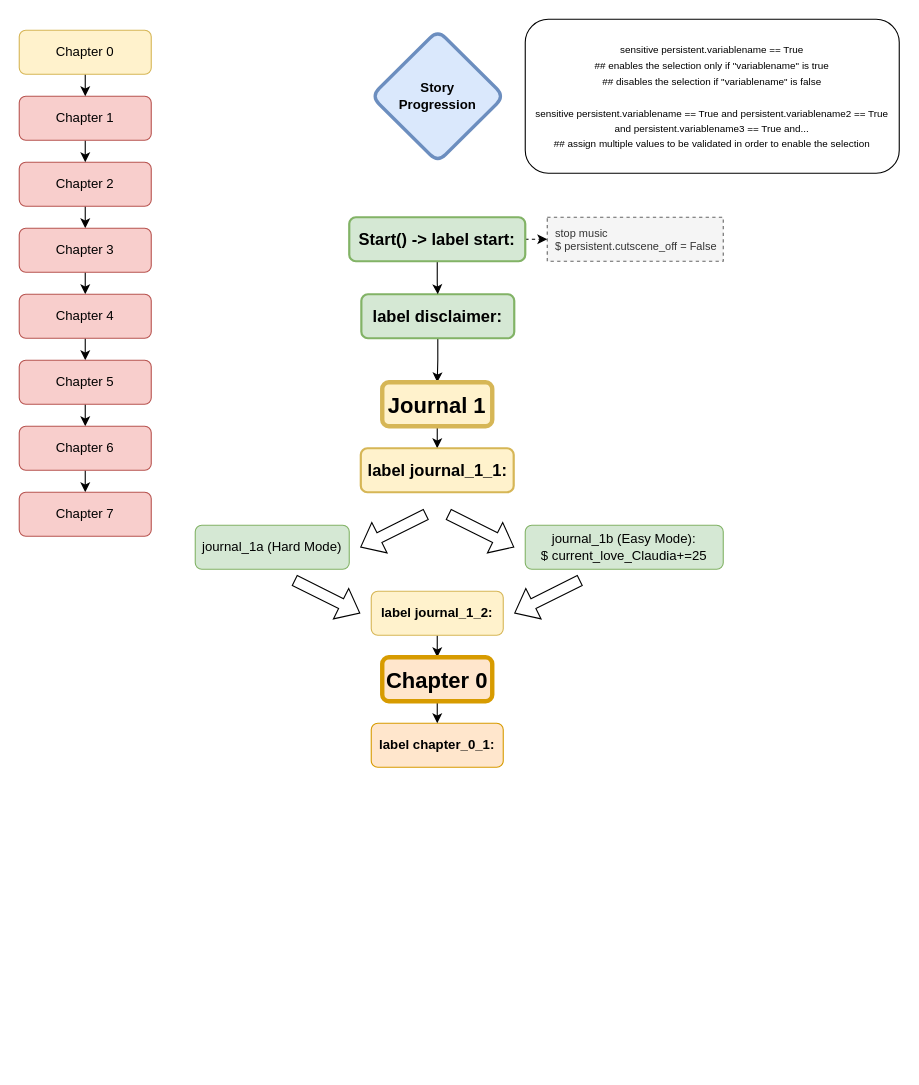
This is page "Story Progression" (1 of 2) of My Love/flowchart_storyline.drawio from L0veRaven/L0veRavenRenPy, a draw.io file, before an edit. Source tidied: cells renumbered, new cells numbered last; positions are measured from the earlier drawing's top-left corner, leaving out a move shared by most shapes. Both pictures are drawn from the tidied source at 110%, with x=0, y=0 at pixel (19, 19).
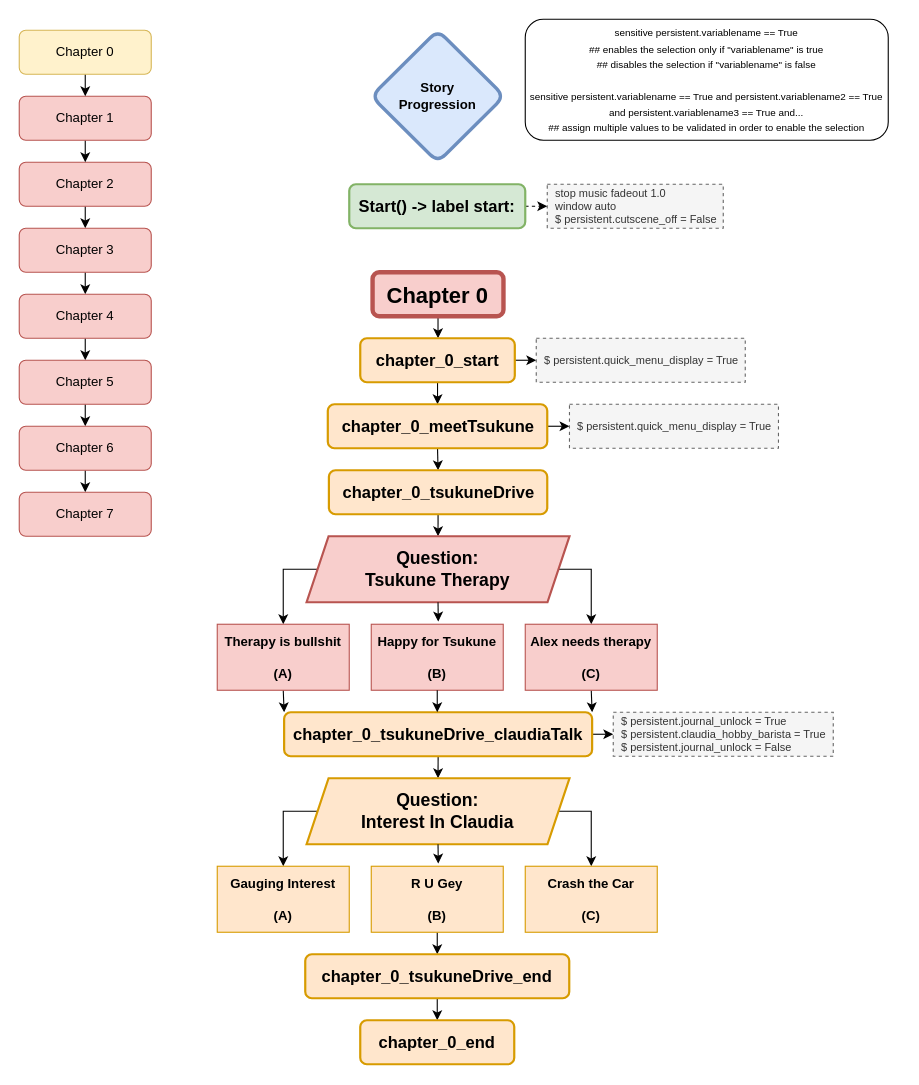
The same page after the edit.

Diff of the diagram source:
```diff
@@
     <mxCell id="2" value="&lt;div&gt;&lt;span style=&quot;font-size: 9px; background-color: transparent; color: light-dark(rgb(0, 0, 0), rgb(255, 255, 255));&quot;&gt;sensitive persistent.variablename == True&lt;/span&gt;&lt;/div&gt;&lt;div&gt;&lt;font style=&quot;font-size: 9px;&quot;&gt;## enables the selection only if &quot;variablename&quot; is true&lt;br&gt;## disables the selection if &quot;variablename&quot; is false&lt;br&gt;&lt;br&gt;sensitive persistent.variablename == True and persistent.variablename2 == True and persistent.variablename3 == True and...&lt;br&gt;## assign multiple values to be validated in order to enable the selection&lt;/font&gt;&lt;/div&gt;" style="rounded=1;whiteSpace=wrap;html=1;" parent="1" vertex="1">
-      <mxGeometry x="460" width="340" height="140" as="geometry" />
+      <mxGeometry x="460" width="330" height="110" as="geometry" />
     </mxCell>
@@
-    <mxCell id="19" style="edgeStyle=orthogonalEdgeStyle;rounded=0;jettySize=auto;html=1;" parent="1" edge="1" source="20" target="33">
-      <mxGeometry relative="1" as="geometry" />
-    </mxCell>
-    <mxCell id="20" value="label disclaimer:" style="rounded=1;whiteSpace=wrap;html=1;fontSize=15;glass=0;strokeWidth=2;shadow=0;fillColor=#d5e8d4;strokeColor=#82b366;fontStyle=1;" parent="1" vertex="1">
-      <mxGeometry x="311" y="250" width="139" height="40" as="geometry" />
-    </mxCell>
-    <mxCell id="21" value="journal_1a (Hard Mode)" style="rounded=1;whiteSpace=wrap;html=1;fontSize=12;glass=0;strokeWidth=1;shadow=0;fillColor=#d5e8d4;strokeColor=#82b366;" parent="1" vertex="1">
-      <mxGeometry x="160" y="460" width="140" height="40" as="geometry" />
-    </mxCell>
-    <mxCell id="22" value="journal_1b (Easy Mode):&lt;div&gt;$ current_love_Claudia+=25&lt;/div&gt;" style="rounded=1;whiteSpace=wrap;html=1;fontSize=12;glass=0;strokeWidth=1;shadow=0;fillColor=#d5e8d4;strokeColor=#82b366;" parent="1" vertex="1">
-      <mxGeometry x="460" y="460" width="180" height="40" as="geometry" />
-    </mxCell>
-    <mxCell id="23" style="edgeStyle=orthogonalEdgeStyle;rounded=0;jettySize=auto;html=1;exitX=0.5;exitY=1;exitDx=0;exitDy=0;entryX=0.5;entryY=0;entryDx=0;entryDy=0;" parent="1" edge="1" source="24" target="38">
-      <mxGeometry relative="1" as="geometry" />
-    </mxCell>
-    <mxCell id="24" value="label journal_1_2:" style="rounded=1;whiteSpace=wrap;html=1;fontSize=12;glass=0;strokeWidth=1;shadow=0;fillColor=#fff2cc;strokeColor=#d6b656;fontStyle=1;" parent="1" vertex="1">
-      <mxGeometry x="320" y="520" width="120" height="40" as="geometry" />
-    </mxCell>
-    <mxCell id="25" value="label chapter_0_1:" style="rounded=1;whiteSpace=wrap;html=1;fontSize=12;glass=0;strokeWidth=1;shadow=0;fillColor=#ffe6cc;strokeColor=#d79b00;fontStyle=1;" parent="1" vertex="1">
-      <mxGeometry x="320" y="640" width="120" height="40" as="geometry" />
-    </mxCell>
-    <mxCell id="26" style="shape=flexArrow;endArrow=classic;html=1;rounded=0;" parent="1" edge="1">
-      <mxGeometry relative="1" as="geometry">
-        <mxPoint x="370" y="450" as="sourcePoint" />
-        <mxPoint x="310" y="480" as="targetPoint" />
-      </mxGeometry>
-    </mxCell>
-    <mxCell id="27" style="shape=flexArrow;endArrow=classic;html=1;rounded=0;" parent="1" edge="1">
-      <mxGeometry relative="1" as="geometry">
-        <mxPoint x="390" y="450" as="sourcePoint" />
-        <mxPoint x="450" y="480" as="targetPoint" />
-      </mxGeometry>
-    </mxCell>
-    <mxCell id="28" style="shape=flexArrow;endArrow=classic;html=1;rounded=0;" parent="1" edge="1">
-      <mxGeometry relative="1" as="geometry">
-        <mxPoint x="510" y="510" as="sourcePoint" />
-        <mxPoint x="450" y="540" as="targetPoint" />
-      </mxGeometry>
-    </mxCell>
-    <mxCell id="29" style="shape=flexArrow;endArrow=classic;html=1;rounded=0;" parent="1" edge="1">
-      <mxGeometry relative="1" as="geometry">
-        <mxPoint x="250" y="510" as="sourcePoint" />
-        <mxPoint x="310" y="540" as="targetPoint" />
-      </mxGeometry>
-    </mxCell>
-    <mxCell id="30" value="&amp;nbsp; stop music&lt;br&gt;&amp;nbsp; $ persistent.cutscene_off = False" style="rounded=0;whiteSpace=wrap;html=1;dashed=1;fillColor=#f5f5f5;strokeColor=#666666;fontColor=#333333;align=left;fontSize=10;" parent="1" vertex="1">
-      <mxGeometry x="480" y="180" width="160" height="40" as="geometry" />
+    <mxCell id="30" value="&amp;nbsp; stop music fadeout 1.0&lt;br&gt;&amp;nbsp; window auto&lt;br&gt;&amp;nbsp; $ persistent.cutscene_off = False" style="rounded=0;whiteSpace=wrap;html=1;dashed=1;fillColor=#f5f5f5;strokeColor=#666666;fontColor=#333333;align=left;fontSize=10;" parent="1" vertex="1">
+      <mxGeometry x="480" y="150" width="160" height="40" as="geometry" />
     </mxCell>
@@
-    <mxCell id="33" value="&lt;font style=&quot;font-size: 20px;&quot;&gt;Journal 1&lt;/font&gt;" style="rounded=1;whiteSpace=wrap;html=1;fontSize=15;glass=0;strokeWidth=4;shadow=0;fillColor=#fff2cc;strokeColor=#d6b656;fontStyle=1;" parent="1" vertex="1">
-      <mxGeometry x="330" y="330" width="100" height="40" as="geometry" />
+    <mxCell id="33" value="&lt;font style=&quot;font-size: 20px;&quot;&gt;Chapter 0&lt;/font&gt;" style="rounded=1;whiteSpace=wrap;html=1;fontSize=15;glass=0;strokeWidth=4;shadow=0;fillColor=#f8cecc;strokeColor=#b85450;fontStyle=1;" parent="1" vertex="1">
+      <mxGeometry x="321.2" y="230" width="119" height="40" as="geometry" />
     </mxCell>
+    <mxCell id="39" style="edgeStyle=orthogonalEdgeStyle;rounded=0;jettySize=auto;html=1;exitX=0.5;exitY=1;exitDx=0;exitDy=0;entryX=0.5;entryY=0;entryDx=0;entryDy=0;fillColor=#ffe6cc;strokeColor=light-dark(#000000, #996500);" parent="1" edge="1" source="34" target="43">
+      <mxGeometry relative="1" as="geometry" />
+    </mxCell>
+    <mxCell id="40" style="edgeStyle=orthogonalEdgeStyle;rounded=0;jettySize=auto;html=1;exitX=1;exitY=0.5;exitDx=0;exitDy=0;entryX=0;entryY=0.5;entryDx=0;entryDy=0;" parent="1" edge="1" source="34" target="49">
+      <mxGeometry relative="1" as="geometry" />
+    </mxCell>
-    <mxCell id="34" value="label journal_1_1:" style="rounded=1;whiteSpace=wrap;html=1;fontSize=15;glass=0;strokeWidth=2;shadow=0;fillColor=#fff2cc;strokeColor=#d6b656;fontStyle=1;" parent="1" vertex="1">
-      <mxGeometry x="310.5" y="390" width="139" height="40" as="geometry" />
+    <mxCell id="34" value="&lt;div&gt;&lt;span style=&quot;background-color: transparent; color: light-dark(rgb(0, 0, 0), rgb(255, 255, 255));&quot;&gt;chapter_0_start&lt;/span&gt;&lt;/div&gt;" style="rounded=1;whiteSpace=wrap;html=1;fontSize=15;glass=0;strokeWidth=2;shadow=0;fillColor=#ffe6cc;strokeColor=#d79b00;fontStyle=1;" parent="1" vertex="1">
+      <mxGeometry x="310" y="290" width="140.5" height="40" as="geometry" />
     </mxCell>
-    <mxCell id="35" style="edgeStyle=orthogonalEdgeStyle;rounded=0;jettySize=auto;html=1;entryX=0.5;entryY=0;entryDx=0;entryDy=0;" parent="1" edge="1" source="36" target="20">
-      <mxGeometry relative="1" as="geometry" />
-    </mxCell>
     <mxCell id="36" value="Start() -&amp;gt; label start:" style="rounded=1;whiteSpace=wrap;html=1;fontSize=15;glass=0;strokeWidth=2;shadow=0;fillColor=#d5e8d4;strokeColor=#82b366;fontStyle=1;" parent="1" vertex="1">
-      <mxGeometry x="300" y="180" width="160" height="40" as="geometry" />
+      <mxGeometry x="300" y="150" width="160" height="40" as="geometry" />
     </mxCell>
-    <mxCell id="37" style="edgeStyle=orthogonalEdgeStyle;rounded=0;jettySize=auto;html=1;exitX=0.5;exitY=1;exitDx=0;exitDy=0;entryX=0.5;entryY=0;entryDx=0;entryDy=0;" parent="1" edge="1" source="38" target="25">
-      <mxGeometry relative="1" as="geometry" />
-    </mxCell>
-    <mxCell id="38" value="&lt;font style=&quot;font-size: 20px;&quot;&gt;Chapter 0&lt;/font&gt;" style="rounded=1;whiteSpace=wrap;html=1;fontSize=15;glass=0;strokeWidth=4;shadow=0;fillColor=#ffe6cc;strokeColor=#d79b00;fontStyle=1;" parent="1" vertex="1">
-      <mxGeometry x="330" y="580" width="100" height="40" as="geometry" />
-    </mxCell>
+    <mxCell id="41" style="edgeStyle=orthogonalEdgeStyle;rounded=0;jettySize=auto;html=1;exitX=0.5;exitY=1;exitDx=0;exitDy=0;entryX=0.5;entryY=0;entryDx=0;entryDy=0;fillColor=#ffe6cc;strokeColor=light-dark(#000000, #996500);" parent="1" edge="1" source="43" target="45">
+      <mxGeometry relative="1" as="geometry" />
+    </mxCell>
+    <mxCell id="42" style="edgeStyle=orthogonalEdgeStyle;rounded=0;jettySize=auto;html=1;exitX=1;exitY=0.5;exitDx=0;exitDy=0;entryX=0;entryY=0.5;entryDx=0;entryDy=0;" parent="1" edge="1" source="43" target="50">
+      <mxGeometry relative="1" as="geometry" />
+    </mxCell>
+    <mxCell id="43" value="chapter_0_meetTsukune" style="rounded=1;whiteSpace=wrap;html=1;fontSize=15;glass=0;strokeWidth=2;shadow=0;fillColor=#ffe6cc;strokeColor=#d79b00;fontStyle=1;" parent="1" vertex="1">
+      <mxGeometry x="280.5" y="350" width="199.5" height="40" as="geometry" />
+    </mxCell>
+    <mxCell id="44" style="edgeStyle=orthogonalEdgeStyle;rounded=0;jettySize=auto;html=1;exitX=0.5;exitY=1;exitDx=0;exitDy=0;entryX=0.5;entryY=0;entryDx=0;entryDy=0;" parent="1" edge="1" source="45" target="48">
+      <mxGeometry relative="1" as="geometry" />
+    </mxCell>
+    <mxCell id="45" value="&lt;div&gt;&lt;span style=&quot;background-color: transparent; color: light-dark(rgb(0, 0, 0), rgb(255, 255, 255));&quot;&gt;chapter_0_tsukuneDrive&lt;/span&gt;&lt;/div&gt;" style="rounded=1;whiteSpace=wrap;html=1;fontSize=15;glass=0;strokeWidth=2;shadow=0;fillColor=#ffe6cc;strokeColor=#d79b00;fontStyle=1;" parent="1" vertex="1">
+      <mxGeometry x="281.5" y="410" width="198.5" height="40" as="geometry" />
+    </mxCell>
+    <mxCell id="46" style="edgeStyle=orthogonalEdgeStyle;rounded=0;jettySize=auto;html=1;exitX=1;exitY=0.5;exitDx=0;exitDy=0;entryX=0.5;entryY=0;entryDx=0;entryDy=0;" parent="1" edge="1" source="48" target="54">
+      <mxGeometry relative="1" as="geometry">
+        <Array as="points">
+          <mxPoint x="520" y="500" />
+        </Array>
+      </mxGeometry>
+    </mxCell>
+    <mxCell id="47" style="edgeStyle=orthogonalEdgeStyle;rounded=0;jettySize=auto;html=1;exitX=0;exitY=0.5;exitDx=0;exitDy=0;entryX=0.5;entryY=0;entryDx=0;entryDy=0;" parent="1" edge="1" source="48" target="52">
+      <mxGeometry relative="1" as="geometry">
+        <Array as="points">
+          <mxPoint x="240" y="500" />
+        </Array>
+      </mxGeometry>
+    </mxCell>
+    <mxCell id="48" value="&lt;b&gt;&lt;font&gt;Question:&lt;br&gt;Tsukune Therapy&lt;/font&gt;&lt;/b&gt;" style="shape=parallelogram;perimeter=parallelogramPerimeter;whiteSpace=wrap;html=1;fixedSize=1;fillColor=#f8cecc;strokeColor=#b85450;strokeWidth=2;fontSize=16;" parent="1" vertex="1">
+      <mxGeometry x="261.2" y="470" width="239" height="60" as="geometry" />
+    </mxCell>
+    <mxCell id="49" value="&amp;nbsp;&amp;nbsp;$ persistent.quick_menu_display = True" style="rounded=0;whiteSpace=wrap;html=1;dashed=1;fillColor=#f5f5f5;strokeColor=#666666;fontColor=#333333;align=left;fontSize=10;" parent="1" vertex="1">
+      <mxGeometry x="470" y="290" width="190" height="40" as="geometry" />
+    </mxCell>
+    <mxCell id="50" value="&amp;nbsp;&amp;nbsp;$ persistent.quick_menu_display = True" style="rounded=0;whiteSpace=wrap;html=1;dashed=1;fillColor=#f5f5f5;strokeColor=#666666;fontColor=#333333;align=left;fontSize=10;" parent="1" vertex="1">
+      <mxGeometry x="500.2" y="350" width="190" height="40" as="geometry" />
+    </mxCell>
+    <mxCell id="51" style="edgeStyle=orthogonalEdgeStyle;rounded=0;jettySize=auto;html=1;exitX=0.5;exitY=1;exitDx=0;exitDy=0;entryX=0;entryY=0;entryDx=0;entryDy=0;" parent="1" edge="1" source="52" target="59">
+      <mxGeometry relative="1" as="geometry" />
+    </mxCell>
+    <mxCell id="52" value="Therapy is bullshit&lt;br&gt;&lt;br&gt;&lt;div&gt;(A)&lt;/div&gt;" style="rounded=0;whiteSpace=wrap;html=1;fillColor=#f8cecc;strokeColor=#b85450;fontStyle=1;" parent="1" vertex="1">
+      <mxGeometry x="180" y="550" width="120" height="60" as="geometry" />
+    </mxCell>
+    <mxCell id="53" style="edgeStyle=orthogonalEdgeStyle;rounded=0;jettySize=auto;html=1;exitX=0.5;exitY=1;exitDx=0;exitDy=0;entryX=1;entryY=0;entryDx=0;entryDy=0;" parent="1" edge="1" source="54" target="59">
+      <mxGeometry relative="1" as="geometry" />
+    </mxCell>
+    <mxCell id="54" value="Alex needs therapy&lt;br&gt;&lt;br&gt;&lt;div&gt;(C)&lt;/div&gt;" style="rounded=0;whiteSpace=wrap;html=1;fillColor=#f8cecc;strokeColor=#b85450;fontStyle=1;" parent="1" vertex="1">
+      <mxGeometry x="460" y="550" width="120" height="60" as="geometry" />
+    </mxCell>
+    <mxCell id="55" value="Happy for Tsukune&lt;br&gt;&lt;br&gt;&lt;div&gt;(B)&lt;/div&gt;" style="rounded=0;whiteSpace=wrap;html=1;fillColor=#f8cecc;strokeColor=#b85450;fontStyle=1;" parent="1" vertex="1">
+      <mxGeometry x="320" y="550" width="120" height="60" as="geometry" />
+    </mxCell>
+    <mxCell id="56" style="edgeStyle=orthogonalEdgeStyle;rounded=0;jettySize=auto;html=1;exitX=0.5;exitY=1;exitDx=0;exitDy=0;entryX=0.508;entryY=-0.04;entryDx=0;entryDy=0;entryPerimeter=0;fontStyle=1;" parent="1" edge="1" source="48" target="55">
+      <mxGeometry relative="1" as="geometry" />
+    </mxCell>
+    <mxCell id="57" style="edgeStyle=orthogonalEdgeStyle;rounded=0;jettySize=auto;html=1;exitX=1;exitY=0.5;exitDx=0;exitDy=0;entryX=0;entryY=0.5;entryDx=0;entryDy=0;" parent="1" edge="1" source="59" target="61">
+      <mxGeometry relative="1" as="geometry" />
+    </mxCell>
+    <mxCell id="58" style="edgeStyle=orthogonalEdgeStyle;rounded=0;jettySize=auto;html=1;exitX=0.5;exitY=1;exitDx=0;exitDy=0;entryX=0.5;entryY=0;entryDx=0;entryDy=0;" parent="1" edge="1" source="59" target="64">
+      <mxGeometry relative="1" as="geometry" />
+    </mxCell>
+    <mxCell id="59" value="chapter_0_tsukuneDrive_claudiaTalk" style="rounded=1;whiteSpace=wrap;html=1;fontSize=15;glass=0;strokeWidth=2;shadow=0;fillColor=#ffe6cc;strokeColor=#d79b00;fontStyle=1;" parent="1" vertex="1">
+      <mxGeometry x="240.8" y="630" width="280" height="40" as="geometry" />
+    </mxCell>
+    <mxCell id="60" style="edgeStyle=orthogonalEdgeStyle;rounded=0;jettySize=auto;html=1;exitX=0.5;exitY=1;exitDx=0;exitDy=0;" parent="1" edge="1" source="55">
+      <mxGeometry relative="1" as="geometry">
+        <mxPoint x="380" y="630" as="targetPoint" />
+      </mxGeometry>
+    </mxCell>
+    <mxCell id="61" value="&amp;nbsp;&amp;nbsp;&lt;span style=&quot;background-color: transparent;&quot;&gt;$ persistent.journal_unlock = True&lt;/span&gt;&lt;div&gt;&amp;nbsp; $ persistent.claudia_hobby_barista = True&lt;/div&gt;&lt;div&gt;&amp;nbsp; $ persistent.journal_unlock = False&lt;/div&gt;" style="rounded=0;whiteSpace=wrap;html=1;dashed=1;fillColor=#f5f5f5;strokeColor=#666666;fontColor=#333333;align=left;fontSize=10;" parent="1" vertex="1">
+      <mxGeometry x="540" y="630" width="200" height="40" as="geometry" />
+    </mxCell>
+    <mxCell id="62" style="edgeStyle=orthogonalEdgeStyle;rounded=0;jettySize=auto;html=1;exitX=1;exitY=0.5;exitDx=0;exitDy=0;entryX=0.5;entryY=0;entryDx=0;entryDy=0;fillColor=#ffe6cc;strokeColor=#000000;" parent="1" edge="1" source="64" target="66">
+      <mxGeometry relative="1" as="geometry">
+        <Array as="points">
+          <mxPoint x="520" y="720" />
+        </Array>
+      </mxGeometry>
+    </mxCell>
+    <mxCell id="63" style="edgeStyle=orthogonalEdgeStyle;rounded=0;jettySize=auto;html=1;exitX=0;exitY=0.5;exitDx=0;exitDy=0;entryX=0.5;entryY=0;entryDx=0;entryDy=0;fillColor=#ffe6cc;strokeColor=#000000;" parent="1" edge="1" source="64" target="65">
+      <mxGeometry relative="1" as="geometry">
+        <Array as="points">
+          <mxPoint x="240" y="720" />
+        </Array>
+      </mxGeometry>
+    </mxCell>
+    <mxCell id="64" value="&lt;font style=&quot;&quot;&gt;&lt;b&gt;Question:&lt;/b&gt;&lt;br&gt;&lt;b&gt;Interest In Claudia&lt;/b&gt;&lt;/font&gt;" style="shape=parallelogram;perimeter=parallelogramPerimeter;whiteSpace=wrap;html=1;fixedSize=1;fillColor=#ffe6cc;strokeColor=#d79b00;strokeWidth=2;fontSize=16;" parent="1" vertex="1">
+      <mxGeometry x="261.2" y="690" width="239" height="60" as="geometry" />
+    </mxCell>
+    <mxCell id="65" value="Gauging Interest&lt;br&gt;&lt;div&gt;&lt;br&gt;(A)&lt;/div&gt;" style="rounded=0;whiteSpace=wrap;html=1;fillColor=#ffe6cc;strokeColor=#d79b00;fontStyle=1;" parent="1" vertex="1">
+      <mxGeometry x="180" y="770" width="120" height="60" as="geometry" />
+    </mxCell>
+    <mxCell id="66" value="Crash the Car&lt;br&gt;&lt;br&gt;&lt;div&gt;(C)&lt;/div&gt;" style="rounded=0;whiteSpace=wrap;html=1;fillColor=#ffe6cc;strokeColor=#d79b00;fontStyle=1;" parent="1" vertex="1">
+      <mxGeometry x="460" y="770" width="120" height="60" as="geometry" />
+    </mxCell>
+    <mxCell id="67" style="edgeStyle=orthogonalEdgeStyle;rounded=0;jettySize=auto;html=1;exitX=0.5;exitY=1;exitDx=0;exitDy=0;entryX=0.5;entryY=0;entryDx=0;entryDy=0;" parent="1" edge="1" source="68" target="71">
+      <mxGeometry relative="1" as="geometry" />
+    </mxCell>
+    <mxCell id="68" value="R U Gey&lt;br&gt;&lt;br&gt;&lt;div&gt;(B)&lt;/div&gt;" style="rounded=0;whiteSpace=wrap;html=1;fillColor=#ffe6cc;strokeColor=#d79b00;fontStyle=1;" parent="1" vertex="1">
+      <mxGeometry x="320" y="770" width="120" height="60" as="geometry" />
+    </mxCell>
+    <mxCell id="69" style="edgeStyle=orthogonalEdgeStyle;rounded=0;jettySize=auto;html=1;exitX=0.5;exitY=1;exitDx=0;exitDy=0;entryX=0.508;entryY=-0.04;entryDx=0;entryDy=0;entryPerimeter=0;fontStyle=1;fillColor=#ffe6cc;strokeColor=#000000;" parent="1" edge="1" source="64" target="68">
+      <mxGeometry relative="1" as="geometry" />
+    </mxCell>
+    <mxCell id="70" style="edgeStyle=orthogonalEdgeStyle;rounded=0;jettySize=auto;html=1;exitX=0.5;exitY=1;exitDx=0;exitDy=0;entryX=0.5;entryY=0;entryDx=0;entryDy=0;" parent="1" edge="1" source="71" target="72">
+      <mxGeometry relative="1" as="geometry" />
+    </mxCell>
+    <mxCell id="71" value="chapter_0_tsukuneDrive_end" style="rounded=1;whiteSpace=wrap;html=1;fontSize=15;glass=0;strokeWidth=2;shadow=0;fillColor=#ffe6cc;strokeColor=#d79b00;fontStyle=1;" parent="1" vertex="1">
+      <mxGeometry x="260" y="850" width="240" height="40" as="geometry" />
+    </mxCell>
+    <mxCell id="72" value="chapter_0_end" style="rounded=1;whiteSpace=wrap;html=1;fontSize=15;glass=0;strokeWidth=2;shadow=0;fillColor=#ffe6cc;strokeColor=#d79b00;fontStyle=1;" parent="1" vertex="1">
+      <mxGeometry x="310" y="910" width="140" height="40" as="geometry" />
+    </mxCell>
```
